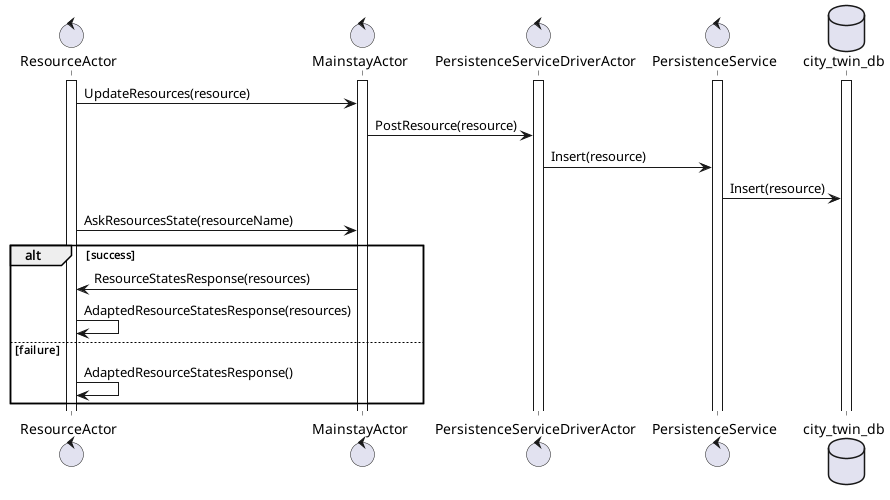
Before: assets/images/core-resource-state-exchange-sequence-diagram copy.png, a diagram exported from PlantUML (FilippoVissani/CityTwin-report). Its diagram source:
```plantuml
@startuml

control ResourceActor
control MainstayActor
control PersistenceServiceDriverActor
control PersistenceService
database city_twin_db

activate ResourceActor
activate MainstayActor
activate PersistenceServiceDriverActor
activate PersistenceService
activate city_twin_db

ResourceActor -> MainstayActor : UpdateResources(resource)
MainstayActor -> PersistenceServiceDriverActor : PostResource(resource)
PersistenceServiceDriverActor -> PersistenceService : Insert(resource)
PersistenceService -> city_twin_db : Insert(resource)

ResourceActor -> MainstayActor : AskResourcesState(resourceName)
alt success
MainstayActor -> ResourceActor : ResourceStatesResponse(resources)
ResourceActor -> ResourceActor : AdaptedResourceStatesResponse(resources)
else failure
ResourceActor -> ResourceActor : AdaptedResourceStatesResponse()
end

@enduml
```
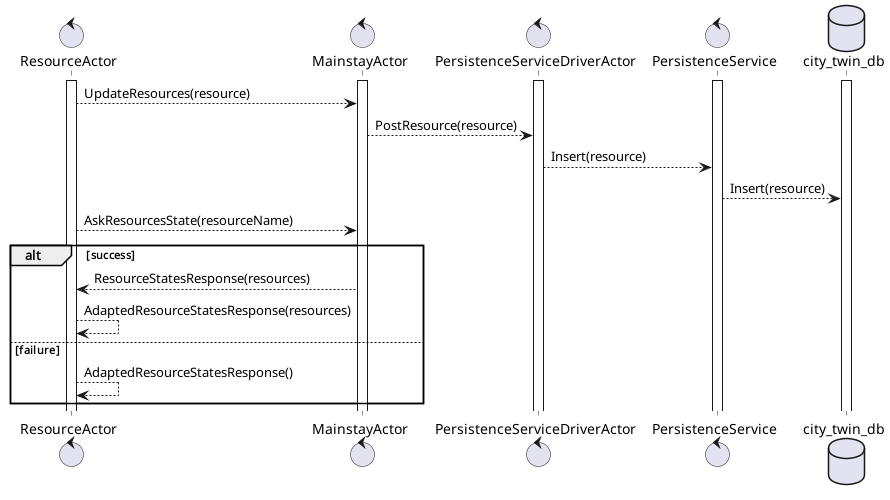
After the commit.

Commit message:
fix: fix arrow in sequence diagrams

The edit, as a diff of the source:
```diff
@@ -12,17 +12,17 @@
 activate PersistenceService
 activate city_twin_db
 
-ResourceActor -> MainstayActor : UpdateResources(resource)
-MainstayActor -> PersistenceServiceDriverActor : PostResource(resource)
-PersistenceServiceDriverActor -> PersistenceService : Insert(resource)
-PersistenceService -> city_twin_db : Insert(resource)
+ResourceActor --> MainstayActor : UpdateResources(resource)
+MainstayActor --> PersistenceServiceDriverActor : PostResource(resource)
+PersistenceServiceDriverActor --> PersistenceService : Insert(resource)
+PersistenceService --> city_twin_db : Insert(resource)
 
-ResourceActor -> MainstayActor : AskResourcesState(resourceName)
+ResourceActor --> MainstayActor : AskResourcesState(resourceName)
 alt success
-MainstayActor -> ResourceActor : ResourceStatesResponse(resources)
-ResourceActor -> ResourceActor : AdaptedResourceStatesResponse(resources)
+MainstayActor --> ResourceActor : ResourceStatesResponse(resources)
+ResourceActor --> ResourceActor : AdaptedResourceStatesResponse(resources)
 else failure
-ResourceActor -> ResourceActor : AdaptedResourceStatesResponse()
+ResourceActor --> ResourceActor : AdaptedResourceStatesResponse()
 end
 
 @enduml
```
